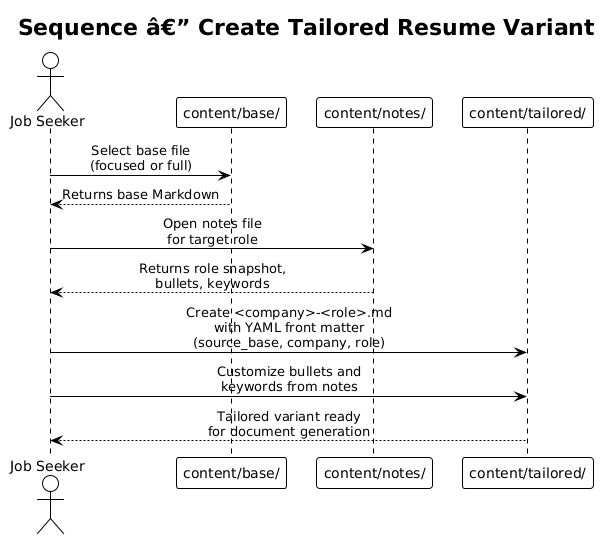
The PlantUML diagram docs/detailed-designs/01-resume-content-management/diagrams/sequence_create_variant.png in QuinntyneBrown/Orbit, before a commit.
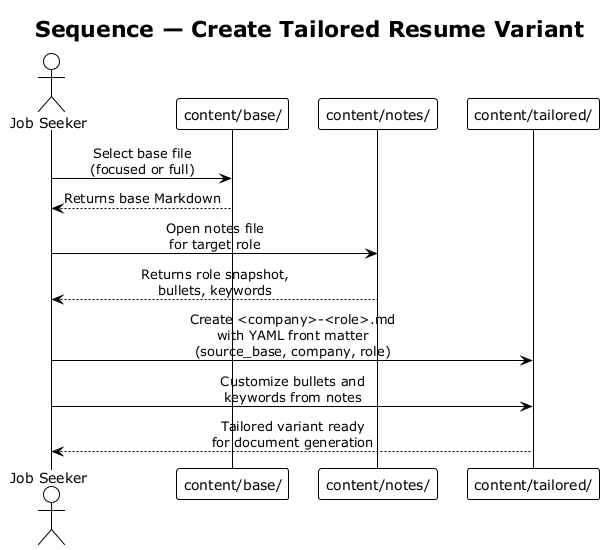
The same diagram one commit later.

What changed in the source:
```diff
@@ -1,8 +1,8 @@
-@startuml
+@startuml sequence_create_variant
 !theme plain
 skinparam sequenceMessageAlign center
 
-title Sequence â€” Create Tailored Resume Variant
+title Sequence — Create Tailored Resume Variant
 
 actor "Job Seeker" as User
 participant "content/base/" as Base
@@ -19,4 +19,5 @@
 User -> Tailored : Customize bullets and\nkeywords from notes
 
 Tailored --> User : Tailored variant ready\nfor document generation
+
 @enduml
```
